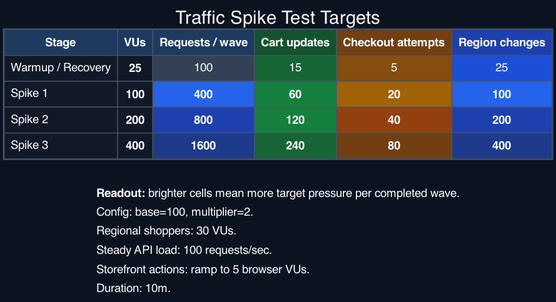
Earlier version of the Graphviz export docs/graphviz/traffic-spike-target-heatmap-dark.png (orenlion1/ensemble-retail). Its source is kept beside it as docs/graphviz/traffic-spike-target-heatmap-dark.dot.
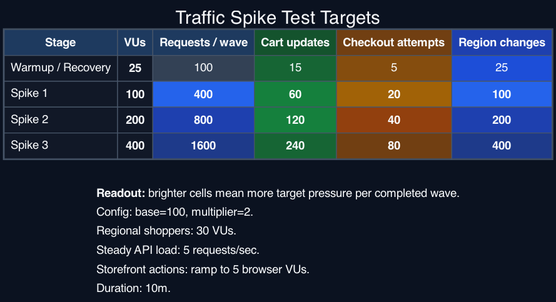
Above is the later version.

Change to the diagram source:
```diff
@@ -18,7 +18,7 @@
       <TR><TD ALIGN="LEFT"><FONT COLOR="#f8fafc"><B>Readout:</B> brighter cells mean more target pressure per completed wave.</FONT></TD></TR>
       <TR><TD ALIGN="LEFT"><FONT COLOR="#f8fafc">Config: base=100, multiplier=2.</FONT></TD></TR>
       <TR><TD ALIGN="LEFT"><FONT COLOR="#f8fafc">Regional shoppers: 30 VUs.</FONT></TD></TR>
-      <TR><TD ALIGN="LEFT"><FONT COLOR="#f8fafc">Steady API load: 100 requests/sec.</FONT></TD></TR>
+      <TR><TD ALIGN="LEFT"><FONT COLOR="#f8fafc">Steady API load: 5 requests/sec.</FONT></TD></TR>
       <TR><TD ALIGN="LEFT"><FONT COLOR="#f8fafc">Storefront actions: ramp to 5 browser VUs.</FONT></TD></TR>
       <TR><TD ALIGN="LEFT"><FONT COLOR="#f8fafc">Duration: 10m.</FONT></TD></TR>
     </TABLE>
```
